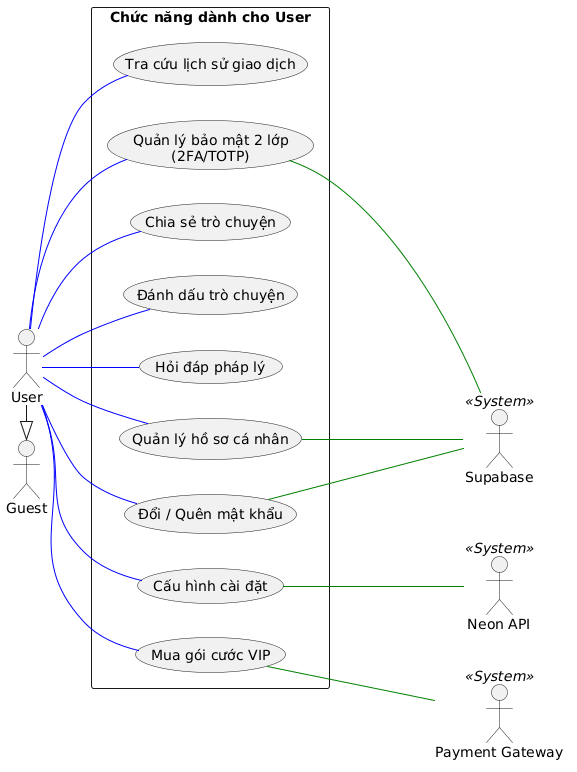
This is temp/01-UseCase/UML-UseCase-User.png from 20206205Tech/docs-uml, a PlantUML export, as it was before one commit.
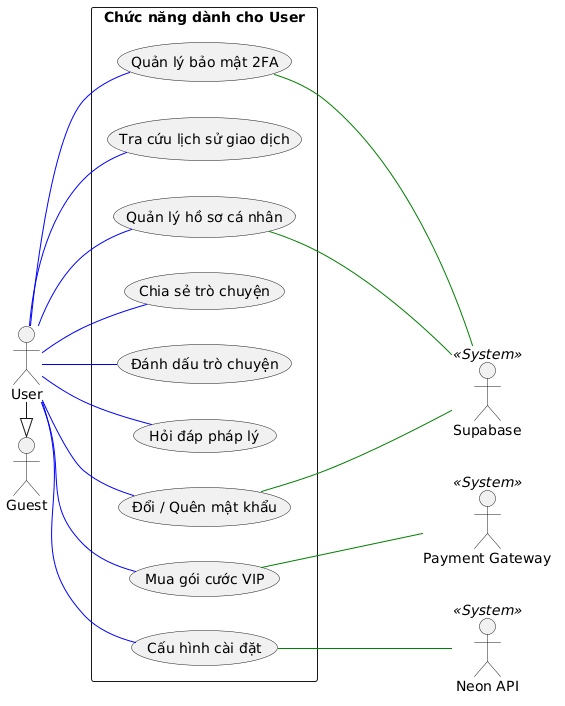
Later version of the same file.

Change to the diagram source:
```diff
@@ -5,22 +5,26 @@
 
 actor "Guest" as Guest
 actor "User" as User
+together {
 actor "Supabase" as Supabase << System >>
+actor "Payment Gateway" as PaymentGateway << System >>
 actor "Neon API" as NeonAPI << System >>
-actor "Payment Gateway" as PaymentGateway << System >>
-
+}
 User -|> Guest
 
 rectangle "Chức năng dành cho User" {
-  usecase "Quản lý bảo mật 2 lớp\n(2FA/TOTP)" as UC_MFA
+  usecase "Quản lý bảo mật 2FA" as UC_MFA
   usecase "Quản lý hồ sơ cá nhân" as UC_Profile
   usecase "Đổi / Quên mật khẩu" as UC_Password
-  usecase "Cấu hình cài đặt" as UC_Settings
+
   usecase "Hỏi đáp pháp lý" as UC_Chat
   usecase "Đánh dấu trò chuyện" as UC_Bookmark
   usecase "Chia sẻ trò chuyện" as UC_Share
+
   usecase "Mua gói cước VIP" as UC_PurchaseVIP
   usecase "Tra cứu lịch sử giao dịch" as UC_TransactionHistory
+
+  usecase "Cấu hình cài đặt" as UC_Settings
 }
 
 User -- UC_MFA #blue
@@ -30,12 +34,12 @@
 User -- UC_Chat #blue
 User -- UC_Bookmark #blue
 User -- UC_Share #blue
-User -- UC_PurchaseVIP #blue
-User -- UC_TransactionHistory #blue
 
 UC_MFA --- Supabase #green
 UC_Profile --- Supabase #green
 UC_Password --- Supabase #green
+User -- UC_PurchaseVIP #blue
+UC_PurchaseVIP --- PaymentGateway #green
+User -- UC_TransactionHistory #blue
 UC_Settings --- NeonAPI #green
-UC_PurchaseVIP --- PaymentGateway #green
 @enduml
```
